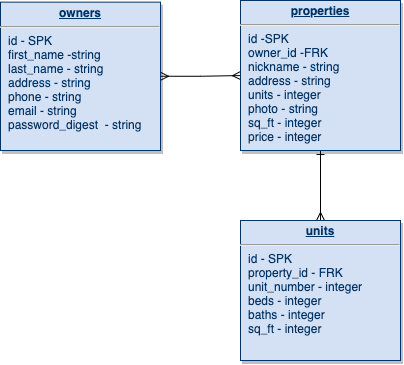
Above: assets/erd.png in tiffanybibby/acrebound (draw.io), before the change. Source tidied: cells renumbered, new cells last; positions are measured from the earlier drawing's top-left corner, leaving out a move shared by most shapes.
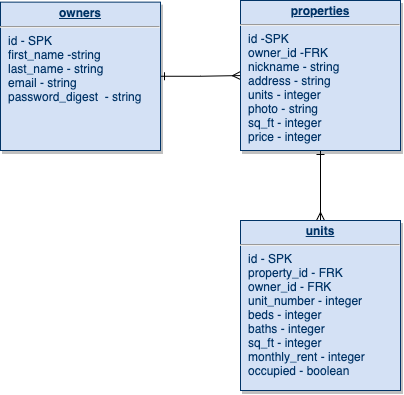
The same diagram one commit later.

Diff of the diagram source:
```diff
@@ -2,10 +2,10 @@
   <root>
     <mxCell id="0" />
     <mxCell id="1" parent="0" />
-    <mxCell id="2" style="edgeStyle=orthogonalEdgeStyle;rounded=0;jettySize=auto;html=1;endArrow=ERmany;endFill=0;startArrow=ERmany;startFill=0;" parent="1" edge="1" source="3" target="5">
+    <mxCell id="2" style="edgeStyle=orthogonalEdgeStyle;rounded=0;jettySize=auto;html=1;endArrow=ERmany;endFill=0;startArrow=ERone;startFill=0;" parent="1" edge="1" source="3" target="5">
       <mxGeometry relative="1" as="geometry" />
     </mxCell>
-    <mxCell id="3" value="&lt;p style=&quot;margin: 0px ; margin-top: 4px ; text-align: center ; text-decoration: underline&quot;&gt;&lt;b&gt;owners&lt;/b&gt;&lt;/p&gt;&lt;hr&gt;&lt;p style=&quot;margin: 0px ; margin-left: 8px&quot;&gt;id - SPK&lt;/p&gt;&lt;p style=&quot;margin: 0px ; margin-left: 8px&quot;&gt;first_name -string&lt;/p&gt;&lt;p style=&quot;margin: 0px ; margin-left: 8px&quot;&gt;last_name - string&lt;/p&gt;&lt;p style=&quot;margin: 0px ; margin-left: 8px&quot;&gt;address - string&lt;/p&gt;&lt;p style=&quot;margin: 0px ; margin-left: 8px&quot;&gt;phone - string&lt;/p&gt;&lt;p style=&quot;margin: 0px ; margin-left: 8px&quot;&gt;email - string&lt;/p&gt;&lt;p style=&quot;margin: 0px ; margin-left: 8px&quot;&gt;password_digest&amp;nbsp; - string&lt;/p&gt;&lt;p style=&quot;margin: 0px ; margin-left: 8px&quot;&gt;&lt;br&gt;&lt;/p&gt;" style="verticalAlign=top;align=left;overflow=fill;fontSize=12;fontFamily=Helvetica;html=1;strokeColor=#003366;shadow=1;fillColor=#D4E1F5;fontColor=#003366;" parent="1" vertex="1">
+    <mxCell id="3" value="&lt;p style=&quot;margin: 0px ; margin-top: 4px ; text-align: center ; text-decoration: underline&quot;&gt;&lt;b&gt;owners&lt;/b&gt;&lt;/p&gt;&lt;hr&gt;&lt;p style=&quot;margin: 0px ; margin-left: 8px&quot;&gt;id - SPK&lt;/p&gt;&lt;p style=&quot;margin: 0px ; margin-left: 8px&quot;&gt;first_name -string&lt;/p&gt;&lt;p style=&quot;margin: 0px ; margin-left: 8px&quot;&gt;last_name - string&lt;/p&gt;&lt;p style=&quot;margin: 0px ; margin-left: 8px&quot;&gt;email - string&lt;/p&gt;&lt;p style=&quot;margin: 0px ; margin-left: 8px&quot;&gt;password_digest&amp;nbsp; - string&lt;/p&gt;&lt;p style=&quot;margin: 0px ; margin-left: 8px&quot;&gt;&lt;br&gt;&lt;/p&gt;" style="verticalAlign=top;align=left;overflow=fill;fontSize=12;fontFamily=Helvetica;html=1;strokeColor=#003366;shadow=1;fillColor=#D4E1F5;fontColor=#003366;" parent="1" vertex="1">
       <mxGeometry y="1.6" width="160" height="148.4" as="geometry" />
     </mxCell>
     <mxCell id="4" style="edgeStyle=orthogonalEdgeStyle;rounded=0;jettySize=auto;html=1;endArrow=ERmany;endFill=0;startArrow=ERone;startFill=0;" parent="1" edge="1" source="5" target="6">
@@ -14,8 +14,8 @@
     <mxCell id="5" value="&lt;p style=&quot;margin: 0px ; margin-top: 4px ; text-align: center ; text-decoration: underline&quot;&gt;&lt;b&gt;properties&lt;/b&gt;&lt;/p&gt;&lt;hr&gt;&lt;p style=&quot;margin: 0px ; margin-left: 8px&quot;&gt;id -SPK&lt;/p&gt;&lt;p style=&quot;margin: 0px ; margin-left: 8px&quot;&gt;owner_id -FRK&lt;/p&gt;&lt;p style=&quot;margin: 0px ; margin-left: 8px&quot;&gt;nickname - string&lt;/p&gt;&lt;p style=&quot;margin: 0px ; margin-left: 8px&quot;&gt;address - string&lt;/p&gt;&lt;p style=&quot;margin: 0px ; margin-left: 8px&quot;&gt;units - integer&lt;/p&gt;&lt;p style=&quot;margin: 0px ; margin-left: 8px&quot;&gt;photo - string&lt;/p&gt;&lt;p style=&quot;margin: 0px ; margin-left: 8px&quot;&gt;sq_ft - integer&lt;/p&gt;&lt;p style=&quot;margin: 0px ; margin-left: 8px&quot;&gt;price - integer&lt;/p&gt;&lt;p style=&quot;margin: 0px ; margin-left: 8px&quot;&gt;&lt;br&gt;&lt;/p&gt;" style="verticalAlign=top;align=left;overflow=fill;fontSize=12;fontFamily=Helvetica;html=1;strokeColor=#003366;shadow=1;fillColor=#D4E1F5;fontColor=#003366;" parent="1" vertex="1">
       <mxGeometry x="240" width="160" height="150" as="geometry" />
     </mxCell>
-    <mxCell id="6" value="&lt;p style=&quot;margin: 0px ; margin-top: 4px ; text-align: center ; text-decoration: underline&quot;&gt;&lt;b&gt;units&lt;/b&gt;&lt;/p&gt;&lt;hr&gt;&lt;p style=&quot;margin: 0px ; margin-left: 8px&quot;&gt;id - SPK&lt;/p&gt;&lt;p style=&quot;margin: 0px ; margin-left: 8px&quot;&gt;property_id - FRK&lt;/p&gt;&lt;p style=&quot;margin: 0px ; margin-left: 8px&quot;&gt;unit_number - integer&lt;/p&gt;&lt;p style=&quot;margin: 0px ; margin-left: 8px&quot;&gt;beds - integer&lt;/p&gt;&lt;p style=&quot;margin: 0px ; margin-left: 8px&quot;&gt;baths - integer&lt;/p&gt;&lt;p style=&quot;margin: 0px ; margin-left: 8px&quot;&gt;sq_ft - integer&lt;/p&gt;&lt;p style=&quot;margin: 0px ; margin-left: 8px&quot;&gt;&lt;br&gt;&lt;/p&gt;&lt;p style=&quot;margin: 0px ; margin-left: 8px&quot;&gt;&lt;br&gt;&lt;/p&gt;" style="verticalAlign=top;align=left;overflow=fill;fontSize=12;fontFamily=Helvetica;html=1;strokeColor=#003366;shadow=1;fillColor=#D4E1F5;fontColor=#003366;" parent="1" vertex="1">
-      <mxGeometry x="240" y="220" width="160" height="140" as="geometry" />
+    <mxCell id="6" value="&lt;p style=&quot;margin: 0px ; margin-top: 4px ; text-align: center ; text-decoration: underline&quot;&gt;&lt;b&gt;units&lt;/b&gt;&lt;/p&gt;&lt;hr&gt;&lt;p style=&quot;margin: 0px ; margin-left: 8px&quot;&gt;id - SPK&lt;/p&gt;&lt;p style=&quot;margin: 0px ; margin-left: 8px&quot;&gt;property_id - FRK&lt;/p&gt;&lt;p style=&quot;margin: 0px ; margin-left: 8px&quot;&gt;owner_id - FRK&lt;/p&gt;&lt;p style=&quot;margin: 0px ; margin-left: 8px&quot;&gt;unit_number - integer&lt;/p&gt;&lt;p style=&quot;margin: 0px ; margin-left: 8px&quot;&gt;beds - integer&lt;/p&gt;&lt;p style=&quot;margin: 0px ; margin-left: 8px&quot;&gt;baths - integer&lt;/p&gt;&lt;p style=&quot;margin: 0px ; margin-left: 8px&quot;&gt;sq_ft - integer&lt;/p&gt;&lt;p style=&quot;margin: 0px ; margin-left: 8px&quot;&gt;monthly_rent - integer&lt;/p&gt;&lt;p style=&quot;margin: 0px ; margin-left: 8px&quot;&gt;occupied - boolean&lt;/p&gt;&lt;p style=&quot;margin: 0px ; margin-left: 8px&quot;&gt;&lt;br&gt;&lt;/p&gt;&lt;p style=&quot;margin: 0px ; margin-left: 8px&quot;&gt;&lt;br&gt;&lt;/p&gt;" style="verticalAlign=top;align=left;overflow=fill;fontSize=12;fontFamily=Helvetica;html=1;strokeColor=#003366;shadow=1;fillColor=#D4E1F5;fontColor=#003366;" parent="1" vertex="1">
+      <mxGeometry x="240" y="220" width="160" height="170" as="geometry" />
     </mxCell>
   </root>
 </mxGraphModel>
```
